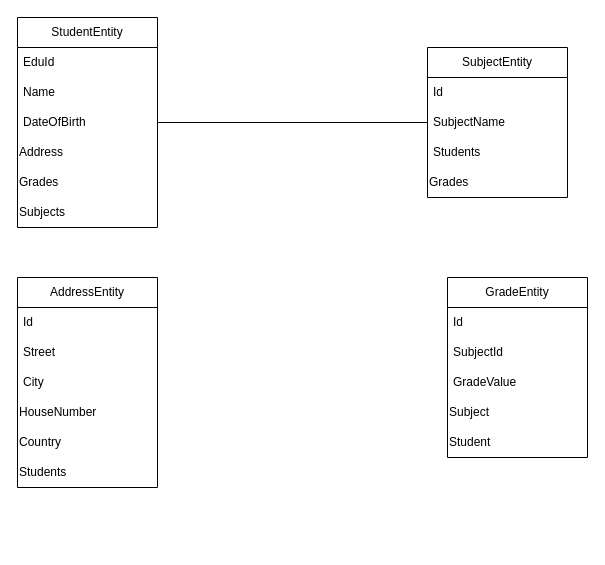
Earlier version of the draw.io diagram ikt/05 i guess/diary.drawio (HelloandMore/szisharp). Source tidied: cells renumbered, new cells numbered last; positions are measured from the earlier drawing's top-left corner, leaving out a move shared by most shapes. Both pictures are drawn from the tidied source at 100%, with x=0, y=0 at pixel (17, 17).
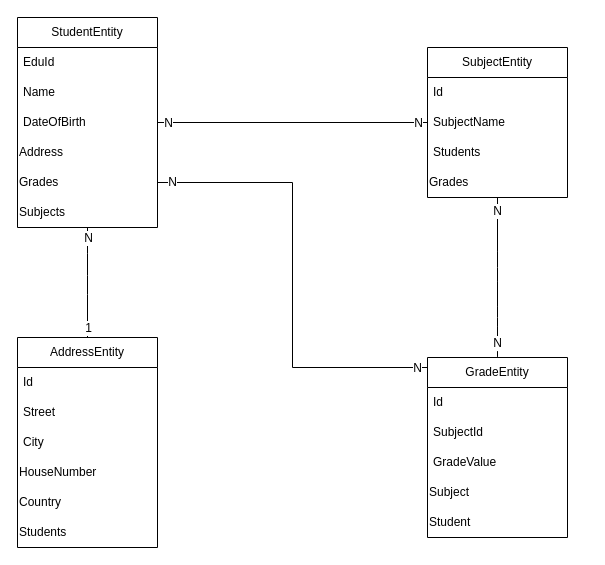
After the change.

Unchanged cells that the change refers to:
```xml
<mxCell id="7" value="Grades" style="text;html=1;align=left;verticalAlign=middle;whiteSpace=wrap;rounded=0;" parent="2" vertex="1">
  <mxGeometry y="150" width="140" height="30" as="geometry" />
</mxCell>
<mxCell id="8" value="Subjects" style="text;html=1;align=left;verticalAlign=middle;whiteSpace=wrap;rounded=0;" parent="2" vertex="1">
  <mxGeometry y="180" width="140" height="30" as="geometry" />
</mxCell>
<mxCell id="26" value="Grades" style="text;html=1;align=left;verticalAlign=middle;whiteSpace=wrap;rounded=0;" parent="22" vertex="1">
  <mxGeometry y="120" width="140" height="30" as="geometry" />
</mxCell>
<mxCell id="27" style="edgeStyle=orthogonalEdgeStyle;rounded=0;jettySize=auto;html=1;entryX=0;entryY=0.5;entryDx=0;entryDy=0;endArrow=none;endFill=0;" parent="1" edge="1" source="5" target="24">
  <mxGeometry relative="1" as="geometry" />
</mxCell>
```

What changed in the source:
```diff
@@
+    <mxCell id="28" style="edgeStyle=none;curved=1;rounded=0;jettySize=auto;html=1;entryX=0.5;entryY=1;entryDx=0;entryDy=0;fontSize=12;startSize=8;endSize=8;endArrow=none;endFill=0;" parent="1" edge="1" source="9" target="8">
+      <mxGeometry relative="1" as="geometry" />
+    </mxCell>
+    <mxCell id="29" value="1" style="edgeLabel;html=1;align=center;verticalAlign=middle;fontSize=12;" parent="28" vertex="1">
+      <mxGeometry y="-2" relative="1" as="geometry">
+        <mxPoint x="-2" y="45" as="offset" />
+      </mxGeometry>
+    </mxCell>
+    <mxCell id="30" value="N" style="edgeLabel;html=1;align=center;verticalAlign=middle;fontSize=12;" parent="28" vertex="1">
+      <mxGeometry x="-0.05" y="-4" relative="1" as="geometry">
+        <mxPoint x="-4" y="-48" as="offset" />
+      </mxGeometry>
+    </mxCell>
     <mxCell id="9" value="AddressEntity" style="swimlane;fontStyle=0;horizontal=1;startSize=30;whiteSpace=wrap;html=1;" parent="1" vertex="1">
-      <mxGeometry y="260" width="140" height="210" as="geometry" />
+      <mxGeometry y="320" width="140" height="210" as="geometry" />
     </mxCell>
@@
+    <mxCell id="31" style="edgeStyle=none;curved=1;rounded=0;jettySize=auto;html=1;entryX=0.5;entryY=1;entryDx=0;entryDy=0;fontSize=12;startSize=8;endSize=8;endArrow=none;endFill=0;" parent="1" edge="1" source="16" target="26">
+      <mxGeometry relative="1" as="geometry" />
+    </mxCell>
+    <mxCell id="32" value="N" style="edgeLabel;html=1;align=center;verticalAlign=middle;fontSize=12;" parent="31" vertex="1">
+      <mxGeometry x="-0.81" y="1" relative="1" as="geometry" />
+    </mxCell>
+    <mxCell id="33" value="N" style="edgeLabel;html=1;align=center;verticalAlign=middle;fontSize=12;" parent="31" vertex="1">
+      <mxGeometry x="0.84" y="1" relative="1" as="geometry" />
+    </mxCell>
+    <mxCell id="34" style="edgeStyle=orthogonalEdgeStyle;rounded=0;jettySize=auto;html=1;entryX=1;entryY=0.5;entryDx=0;entryDy=0;fontSize=12;startSize=8;endSize=8;endArrow=none;endFill=0;" parent="1" edge="1" source="16" target="7">
+      <mxGeometry relative="1" as="geometry">
+        <Array as="points">
+          <mxPoint x="275" y="350" />
+          <mxPoint x="275" y="165" />
+        </Array>
+      </mxGeometry>
+    </mxCell>
+    <mxCell id="35" value="N" style="edgeLabel;html=1;align=center;verticalAlign=middle;fontSize=12;" parent="34" vertex="1">
+      <mxGeometry x="-0.95" relative="1" as="geometry" />
+    </mxCell>
+    <mxCell id="36" value="N" style="edgeLabel;html=1;align=center;verticalAlign=middle;fontSize=12;" parent="34" vertex="1">
+      <mxGeometry x="0.94" y="-1" relative="1" as="geometry" />
+    </mxCell>
     <mxCell id="16" value="GradeEntity" style="swimlane;fontStyle=0;horizontal=1;startSize=30;whiteSpace=wrap;html=1;" parent="1" vertex="1">
-      <mxGeometry x="430" y="260" width="140" height="180" as="geometry" />
+      <mxGeometry x="410" y="340" width="140" height="180" as="geometry" />
     </mxCell>
@@
+    <mxCell id="37" value="N" style="edgeLabel;html=1;align=center;verticalAlign=middle;fontSize=12;" parent="27" vertex="1">
+      <mxGeometry x="0.19" y="2" relative="1" as="geometry">
+        <mxPoint x="99" y="2" as="offset" />
+      </mxGeometry>
+    </mxCell>
+    <mxCell id="38" value="N" style="edgeLabel;html=1;align=center;verticalAlign=middle;fontSize=12;" parent="27" vertex="1">
+      <mxGeometry x="-0.15" relative="1" as="geometry">
+        <mxPoint x="-105" as="offset" />
+      </mxGeometry>
+    </mxCell>
```
